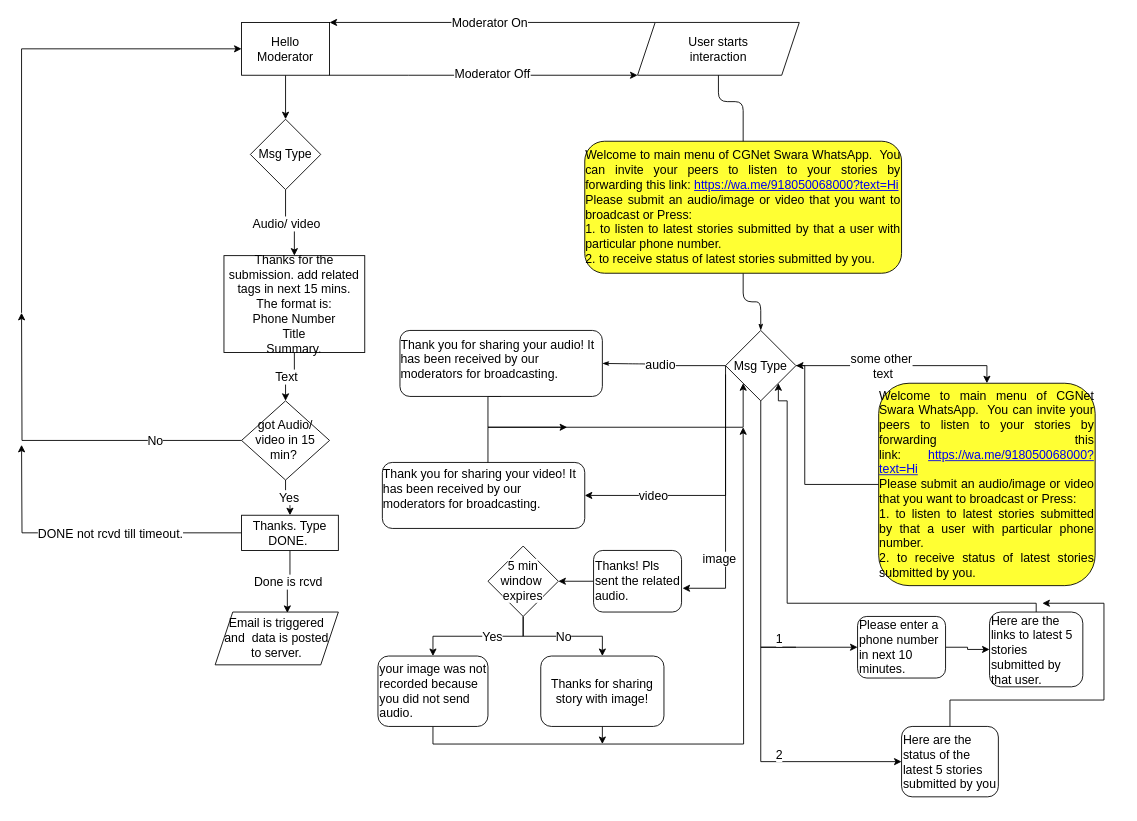
The draw.io diagram page "Flow6" (7 of 8) of DisseminationFlow.drawio in PriyankaVerma98/CGNetSwara-WhatsApp, before the edit. Source tidied: cells renumbered, new cells numbered last; positions are measured from the earlier drawing's top-left corner, leaving out a move shared by most shapes. Both pictures are drawn from the tidied source at 88%, with x=0, y=0 at pixel (21, 22).
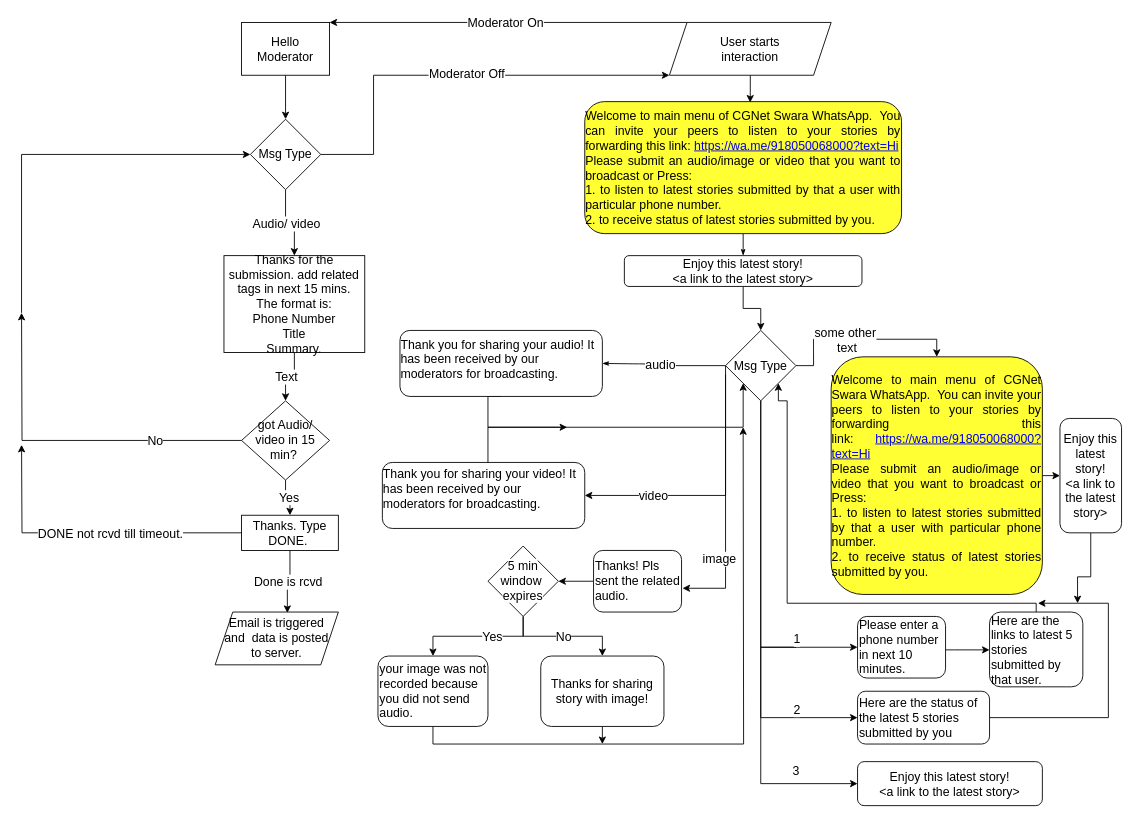
After the change.

The change refers to these unchanged cells:
```xml
<mxCell id="13" style="edgeStyle=orthogonalEdgeStyle;rounded=0;jettySize=auto;html=1;entryX=0;entryY=0.5;entryDx=0;entryDy=0;exitX=0.5;exitY=1;exitDx=0;exitDy=0;" parent="1" edge="1" source="15" target="49">
  <mxGeometry relative="1" as="geometry">
    <Array as="points">
      <mxPoint x="840" y="710" />
    </Array>
  </mxGeometry>
</mxCell>
<mxCell id="15" value="&lt;font style=&quot;font-size: 14px&quot;&gt;Msg Type&lt;/font&gt;" style="rhombus;whiteSpace=wrap;html=1;" parent="1" vertex="1">
  <mxGeometry x="800" y="350" width="80" height="80" as="geometry" />
</mxCell>
<mxCell id="26" value="&lt;font style=&quot;font-size: 14px&quot;&gt;Hello Moderator&lt;/font&gt;" style="whiteSpace=wrap;html=1;" parent="1" vertex="1">
  <mxGeometry x="250" width="100" height="60" as="geometry" />
</mxCell>
<mxCell id="29" value="&lt;font style=&quot;font-size: 14px&quot;&gt;Msg Type&lt;/font&gt;" style="rhombus;whiteSpace=wrap;html=1;" parent="1" vertex="1">
  <mxGeometry x="260" y="110" width="80" height="80" as="geometry" />
</mxCell>
<mxCell id="49" value="&lt;font style=&quot;font-size: 14px&quot;&gt;Please enter a phone number in next 10 minutes.&lt;/font&gt;" style="rounded=1;whiteSpace=wrap;html=1;align=left;" parent="1" vertex="1">
  <mxGeometry x="950" y="675" width="100" height="70" as="geometry" />
</mxCell>
<mxCell id="51" value="&lt;font style=&quot;font-size: 14px&quot;&gt;Here are the links to latest 5 stories submitted by that user.&lt;/font&gt;" style="rounded=1;whiteSpace=wrap;html=1;align=left;" parent="1" vertex="1">
  <mxGeometry x="1100" y="670" width="106" height="85" as="geometry" />
</mxCell>
```

What changed in the source:
```diff
@@
+    <mxCell id="22" style="edgeStyle=orthogonalEdgeStyle;rounded=0;jettySize=auto;html=1;entryX=0.522;entryY=0.007;entryDx=0;entryDy=0;entryPerimeter=0;" parent="1" edge="1" source="4" target="21">
+      <mxGeometry relative="1" as="geometry" />
+    </mxCell>
     <mxCell id="4" value="&lt;font style=&quot;font-size: 14px&quot;&gt;User starts &lt;br&gt;interaction&lt;/font&gt;" style="shape=parallelogram;perimeter=parallelogramPerimeter;whiteSpace=wrap;html=1;fixedSize=1;" parent="1" vertex="1">
-      <mxGeometry x="700" width="183.8" height="60" as="geometry" />
+      <mxGeometry x="736.2" width="183.8" height="60" as="geometry" />
     </mxCell>
@@
     <mxCell id="11" style="edgeStyle=orthogonalEdgeStyle;rounded=0;jettySize=auto;html=1;startArrow=none;entryX=0;entryY=0.5;entryDx=0;entryDy=0;" parent="1" edge="1" target="53">
       <mxGeometry relative="1" as="geometry">
         <mxPoint x="880" y="710" as="sourcePoint" />
         <Array as="points">
           <mxPoint x="840" y="710" />
-          <mxPoint x="840" y="840" />
+          <mxPoint x="840" y="790" />
         </Array>
       </mxGeometry>
     </mxCell>
     <mxCell id="12" value="&lt;font style=&quot;font-size: 14px&quot;&gt;2&lt;/font&gt;" style="edgeLabel;html=1;align=center;verticalAlign=middle;" parent="11" vertex="1">
       <mxGeometry x="-0.21" y="4" relative="1" as="geometry">
-        <mxPoint x="16" y="31" as="offset" />
+        <mxPoint x="36" y="19" as="offset" />
       </mxGeometry>
     </mxCell>
@@
     <mxCell id="14" value="&lt;font style=&quot;font-size: 14px&quot;&gt;1&lt;/font&gt;" style="edgeLabel;html=1;align=center;verticalAlign=middle;" parent="13" vertex="1">
       <mxGeometry x="-0.4" relative="1" as="geometry">
-        <mxPoint x="20" y="153" as="offset" />
+        <mxPoint x="40" y="153" as="offset" />
       </mxGeometry>
     </mxCell>
+    <mxCell id="66" style="edgeStyle=orthogonalEdgeStyle;rounded=0;jettySize=auto;html=1;entryX=0;entryY=0.5;entryDx=0;entryDy=0;exitX=0.5;exitY=1;exitDx=0;exitDy=0;" parent="1" edge="1" source="15" target="72">
+      <mxGeometry relative="1" as="geometry" />
+    </mxCell>
+    <mxCell id="67" value="&lt;font style=&quot;font-size: 14px&quot;&gt;3&lt;/font&gt;" style="edgeLabel;html=1;align=center;verticalAlign=middle;" parent="66" vertex="1">
+      <mxGeometry x="0.75" y="3" relative="1" as="geometry">
+        <mxPoint x="-3" y="-12" as="offset" />
+      </mxGeometry>
+    </mxCell>
@@
-    <mxCell id="16" style="edgeStyle=orthogonalEdgeStyle;rounded=1;html=1;labelBackgroundColor=none;startArrow=none;startFill=0;startSize=5;endArrow=classicThin;endFill=1;endSize=5;jettySize=auto;strokeWidth=1;fontFamily=Verdana;fontSize=8;exitX=0.5;exitY=1;exitDx=0;exitDy=0;entryX=0.5;entryY=0;entryDx=0;entryDy=0;" parent="1" edge="1" source="21" target="15">
+    <mxCell id="16" style="edgeStyle=orthogonalEdgeStyle;rounded=1;html=1;labelBackgroundColor=none;startArrow=none;startFill=0;startSize=5;endArrow=classicThin;endFill=1;endSize=5;jettySize=auto;strokeWidth=1;fontFamily=Verdana;fontSize=8;exitX=0.5;exitY=1;exitDx=0;exitDy=0;entryX=0.5;entryY=0;entryDx=0;entryDy=0;" parent="1" edge="1" source="21" target="70">
       <mxGeometry relative="1" as="geometry" />
     </mxCell>
@@
     <mxCell id="21" value="&lt;div style=&quot;text-align: justify&quot;&gt;&lt;div style=&quot;text-align: justify&quot;&gt;&lt;div&gt;&lt;font style=&quot;font-size: 14px&quot;&gt;&lt;span style=&quot;text-align: center&quot;&gt;Welcome to main menu of CGNet Swara WhatsApp. &amp;nbsp;&lt;/span&gt;&lt;span style=&quot;text-align: center&quot;&gt;You can invite your peers to listen to your stories by forwarding this link:&amp;nbsp;&lt;/span&gt;&lt;a href=&quot;https://wa.me/918050068000?text=Hi&quot;&gt;https://wa.me/918050068000?text=Hi&lt;/a&gt;&lt;/font&gt;&lt;/div&gt;&lt;div&gt;&lt;font style=&quot;font-size: 14px&quot;&gt;Please submit an audio/image or video that you want to broadcast or Press:&lt;/font&gt;&lt;/div&gt;&lt;div&gt;&lt;font style=&quot;font-size: 14px&quot;&gt;1.&amp;nbsp;&lt;/font&gt;&lt;span style=&quot;font-size: 14px&quot;&gt;to listen to latest stories submitted by that a user with particular phone number.&lt;/span&gt;&lt;/div&gt;&lt;div&gt;&lt;font style=&quot;font-size: 14px&quot;&gt;&lt;font&gt;2. to receive status of latest stories submitted by you&lt;/font&gt;.&lt;/font&gt;&lt;/div&gt;&lt;/div&gt;&lt;/div&gt;" style="rounded=1;whiteSpace=wrap;html=1;fillColor=#FFFF33;" parent="1" vertex="1">
-      <mxGeometry x="640" y="135" width="360" height="150" as="geometry" />
+      <mxGeometry x="640" y="90" width="360" height="150" as="geometry" />
     </mxCell>
-    <mxCell id="22" style="edgeStyle=orthogonalEdgeStyle;rounded=1;html=1;labelBackgroundColor=none;startArrow=none;startFill=0;startSize=5;endArrow=none;endFill=1;endSize=5;jettySize=auto;strokeWidth=1;fontFamily=Verdana;fontSize=8;exitX=0.5;exitY=1;exitDx=0;exitDy=0;entryX=0.5;entryY=0;entryDx=0;entryDy=0;" parent="1" edge="1" source="4" target="21">
-      <mxGeometry relative="1" as="geometry">
-        <Array as="points">
-          <mxPoint x="792" y="90" />
-          <mxPoint x="820" y="90" />
-        </Array>
-      </mxGeometry>
-    </mxCell>
-    <mxCell id="23" style="edgeStyle=orthogonalEdgeStyle;rounded=0;jettySize=auto;html=1;exitX=1;exitY=1;exitDx=0;exitDy=0;" parent="1" edge="1" source="26" target="4">
+    <mxCell id="23" style="edgeStyle=orthogonalEdgeStyle;rounded=0;jettySize=auto;html=1;exitX=1;exitY=0.5;exitDx=0;exitDy=0;" parent="1" edge="1" source="29" target="4">
       <mxGeometry relative="1" as="geometry">
         <Array as="points">
-          <mxPoint x="440" y="60" />
-          <mxPoint x="440" y="60" />
+          <mxPoint x="400" y="150" />
+          <mxPoint x="400" y="60" />
         </Array>
       </mxGeometry>
     </mxCell>
@@
-    <mxCell id="38" style="edgeStyle=orthogonalEdgeStyle;rounded=0;jettySize=auto;html=1;entryX=0;entryY=0.5;entryDx=0;entryDy=0;" parent="1" edge="1" target="26">
+    <mxCell id="38" style="edgeStyle=orthogonalEdgeStyle;rounded=0;jettySize=auto;html=1;entryX=0;entryY=0.5;entryDx=0;entryDy=0;" parent="1" edge="1" target="29">
       <mxGeometry relative="1" as="geometry">
         <mxPoint y="330" as="sourcePoint" />
         <Array as="points">
-          <mxPoint y="330" />
-          <mxPoint y="30" />
+          <mxPoint y="150" />
         </Array>
       </mxGeometry>
     </mxCell>
@@
-    <mxCell id="45" style="edgeStyle=orthogonalEdgeStyle;rounded=0;jettySize=auto;html=1;entryX=1;entryY=0.5;entryDx=0;entryDy=0;" parent="1" edge="1" source="46" target="15">
+    <mxCell id="45" style="edgeStyle=orthogonalEdgeStyle;rounded=0;jettySize=auto;html=1;exitX=0.5;exitY=1;exitDx=0;exitDy=0;" parent="1" edge="1" source="71">
       <mxGeometry relative="1" as="geometry">
+        <mxPoint x="1200" y="660" as="targetPoint" />
         <Array as="points">
-          <mxPoint x="890" y="525" />
-          <mxPoint x="890" y="390" />
+          <mxPoint x="1215" y="630" />
+          <mxPoint x="1200" y="630" />
         </Array>
       </mxGeometry>
     </mxCell>
+    <mxCell id="68" style="edgeStyle=orthogonalEdgeStyle;rounded=0;jettySize=auto;html=1;exitX=1;exitY=0.5;exitDx=0;exitDy=0;entryX=0;entryY=0.5;entryDx=0;entryDy=0;" parent="1" edge="1" source="46" target="71">
+      <mxGeometry relative="1" as="geometry" />
+    </mxCell>
     <mxCell id="46" value="&lt;div style=&quot;text-align: justify&quot;&gt;&lt;div style=&quot;text-align: justify&quot;&gt;&lt;div&gt;&lt;font style=&quot;font-size: 14px&quot;&gt;&lt;span style=&quot;text-align: center&quot;&gt;Welcome to main menu of CGNet Swara WhatsApp. &amp;nbsp;&lt;/span&gt;&lt;span style=&quot;text-align: center&quot;&gt;You can invite your peers to listen to your stories by forwarding this link:&amp;nbsp;&lt;/span&gt;&lt;a href=&quot;https://wa.me/918050068000?text=Hi&quot;&gt;https://wa.me/918050068000?text=Hi&lt;/a&gt;&lt;/font&gt;&lt;/div&gt;&lt;div&gt;&lt;div&gt;&lt;font style=&quot;font-size: 14px&quot;&gt;Please submit an audio/image or video that you want to broadcast or Press:&lt;/font&gt;&lt;/div&gt;&lt;div&gt;&lt;font style=&quot;font-size: 14px&quot;&gt;1. to listen to latest stories submitted by that a user with particular phone number.&lt;/font&gt;&lt;/div&gt;&lt;div&gt;&lt;font style=&quot;font-size: 14px&quot;&gt;2. to receive status of latest stories submitted by you.&lt;/font&gt;&lt;/div&gt;&lt;/div&gt;&lt;/div&gt;&lt;/div&gt;" style="rounded=1;whiteSpace=wrap;html=1;fillColor=#FFFF33;" parent="1" vertex="1">
-      <mxGeometry x="974" y="410" width="246" height="230" as="geometry" />
+      <mxGeometry x="920" y="380" width="240" height="270" as="geometry" />
     </mxCell>
@@
     <mxCell id="48" style="edgeStyle=orthogonalEdgeStyle;rounded=0;jettySize=auto;html=1;" parent="1" edge="1" source="49" target="51">
-      <mxGeometry relative="1" as="geometry" />
+      <mxGeometry relative="1" as="geometry">
+        <Array as="points">
+          <mxPoint x="1060" y="713" />
+          <mxPoint x="1060" y="713" />
+        </Array>
+      </mxGeometry>
     </mxCell>
@@
-    <mxCell id="52" style="edgeStyle=orthogonalEdgeStyle;rounded=0;jettySize=auto;html=1;" parent="1" edge="1" source="53">
+    <mxCell id="52" style="edgeStyle=orthogonalEdgeStyle;rounded=0;jettySize=auto;html=1;exitX=1;exitY=0.5;exitDx=0;exitDy=0;" parent="1" edge="1" source="53">
       <mxGeometry relative="1" as="geometry">
-        <mxPoint x="1160" y="660" as="targetPoint" />
+        <mxPoint x="1155" y="660" as="targetPoint" />
         <Array as="points">
-          <mxPoint x="1055" y="770" />
-          <mxPoint x="1230" y="770" />
-          <mxPoint x="1230" y="660" />
+          <mxPoint x="1235" y="790" />
+          <mxPoint x="1235" y="660" />
         </Array>
       </mxGeometry>
     </mxCell>
     <mxCell id="53" value="&lt;font style=&quot;font-size: 14px&quot;&gt;Here are the status of the latest 5 stories submitted by you&lt;/font&gt;" style="rounded=1;whiteSpace=wrap;html=1;align=left;" parent="1" vertex="1">
-      <mxGeometry x="1000" y="800" width="110" height="80" as="geometry" />
+      <mxGeometry x="950" y="760" width="150" height="60" as="geometry" />
     </mxCell>
@@
+    <mxCell id="69" style="edgeStyle=orthogonalEdgeStyle;rounded=0;jettySize=auto;html=1;entryX=0.5;entryY=0;entryDx=0;entryDy=0;" parent="1" edge="1" source="70" target="15">
+      <mxGeometry relative="1" as="geometry" />
+    </mxCell>
+    <mxCell id="70" value="&lt;span style=&quot;font-size: 14px&quot;&gt;Enjoy this latest story!&lt;/span&gt;&lt;br style=&quot;font-size: 14px&quot;&gt;&lt;span style=&quot;font-size: 14px&quot;&gt;&amp;lt;a link to the latest story&amp;gt;&lt;/span&gt;" style="rounded=1;whiteSpace=wrap;html=1;" parent="1" vertex="1">
+      <mxGeometry x="685" y="265" width="270" height="35" as="geometry" />
+    </mxCell>
+    <mxCell id="71" value="&lt;font style=&quot;font-size: 14px&quot;&gt;Enjoy this latest story!&lt;br&gt;&amp;lt;a link to the latest story&amp;gt;&lt;/font&gt;" style="rounded=1;whiteSpace=wrap;html=1;" parent="1" vertex="1">
+      <mxGeometry x="1180" y="450" width="70" height="130" as="geometry" />
+    </mxCell>
+    <mxCell id="72" value="&lt;font style=&quot;font-size: 14px&quot;&gt;&lt;font&gt;Enjoy this latest story!&lt;br&gt;&lt;/font&gt;&lt;font&gt;&amp;lt;a link to the latest story&amp;gt;&lt;/font&gt;&lt;/font&gt;" style="rounded=1;whiteSpace=wrap;html=1;" parent="1" vertex="1">
+      <mxGeometry x="950" y="840" width="210" height="50" as="geometry" />
+    </mxCell>
```
